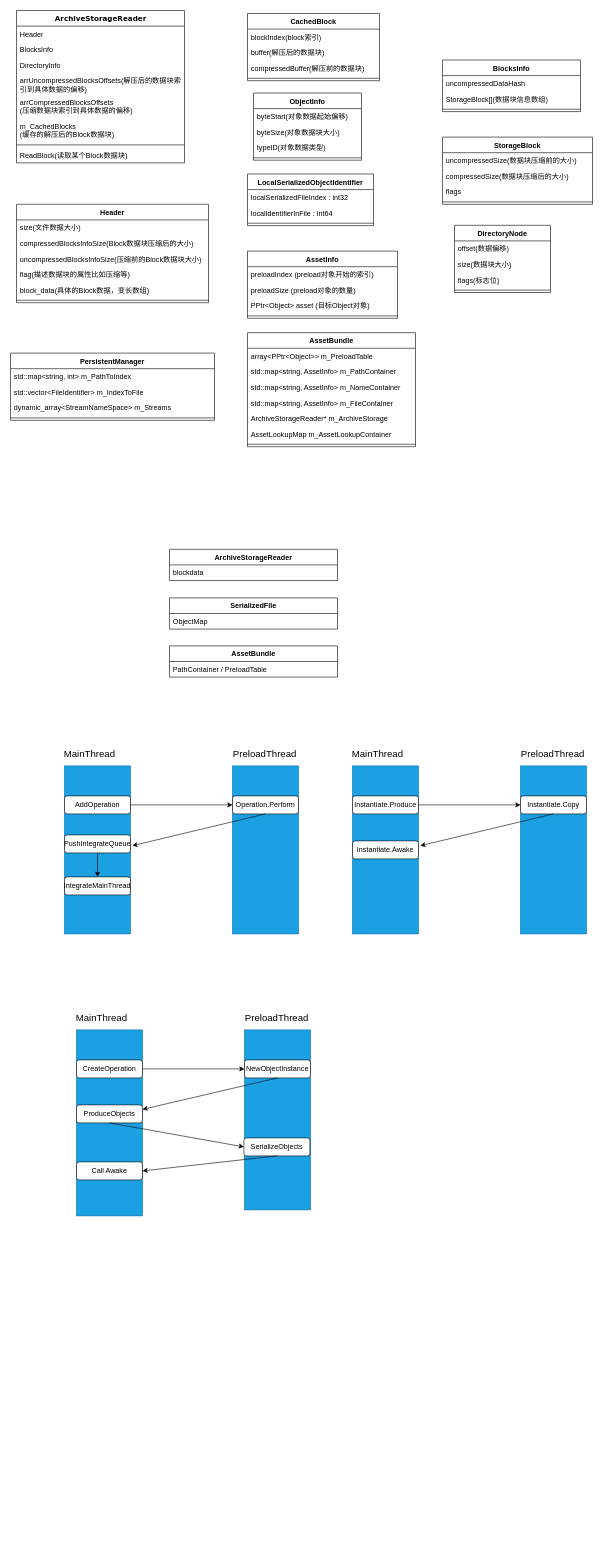
houxuanfelix/FelixCode keeps this draw.io diagram as Untitled Diagram.drawio. Above is the earlier version. Source tidied: cells renumbered, new cells numbered last; positions are measured from the earlier drawing's top-left corner, leaving out a move shared by most shapes. Both pictures are drawn from the tidied source at 60%, with x=0, y=0 at pixel (10, 10).
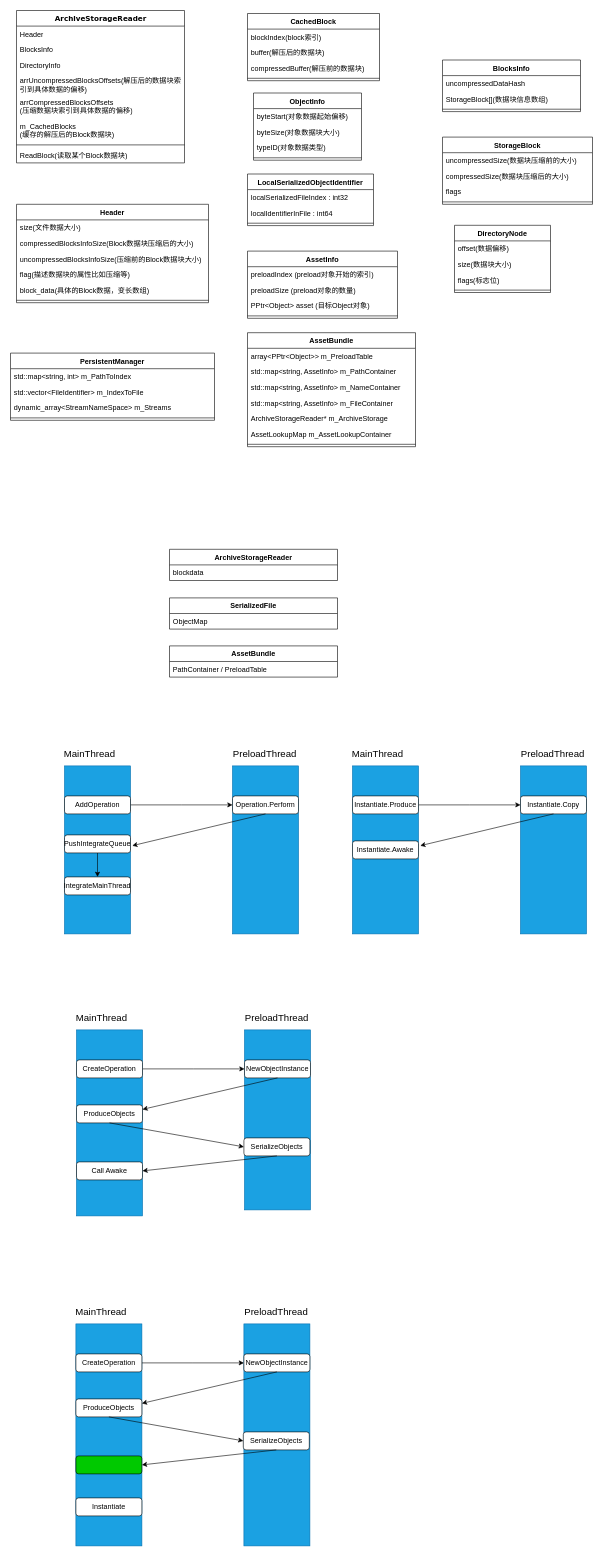
After the change.

What changed in the source:
```diff
@@
+    <mxCell id="103" style="rounded=0;whiteSpace=wrap;html=1;strokeColor=#006EAF;fillColor=#1ba1e2;fontColor=#ffffff;" parent="1" vertex="1">
+      <mxGeometry x="109" y="2189" width="110" height="370" as="geometry" />
+    </mxCell>
+    <mxCell id="104" style="edgeStyle=orthogonalEdgeStyle;rounded=0;jettySize=auto;html=1;" parent="1" edge="1" source="105">
+      <mxGeometry relative="1" as="geometry">
+        <mxPoint x="389" y="2254" as="targetPoint" />
+      </mxGeometry>
+    </mxCell>
+    <mxCell id="105" value="CreateOperation&lt;br&gt;" style="rounded=1;whiteSpace=wrap;html=1;" parent="1" vertex="1">
+      <mxGeometry x="109" y="2239" width="110" height="30" as="geometry" />
+    </mxCell>
+    <mxCell id="106" style="rounded=0;whiteSpace=wrap;html=1;strokeColor=#006EAF;fillColor=#1ba1e2;fontColor=#ffffff;" parent="1" vertex="1">
+      <mxGeometry x="389" y="2189" width="110" height="370" as="geometry" />
+    </mxCell>
+    <mxCell id="107" value="NewObjectInstance" style="rounded=1;whiteSpace=wrap;html=1;" parent="1" vertex="1">
+      <mxGeometry x="389" y="2239" width="110" height="30" as="geometry" />
+    </mxCell>
+    <mxCell id="108" style="endArrow=classic;html=1;exitX=0.5;exitY=1;exitDx=0;exitDy=0;entryX=1;entryY=0.25;entryDx=0;entryDy=0;" parent="1" edge="1" source="107" target="109">
+      <mxGeometry relative="1" as="geometry" />
+    </mxCell>
+    <mxCell id="109" value="ProduceObjects" style="rounded=1;whiteSpace=wrap;html=1;" parent="1" vertex="1">
+      <mxGeometry x="109" y="2314" width="110" height="30" as="geometry" />
+    </mxCell>
+    <mxCell id="110" value="MainThread&lt;br style=&quot;font-size: 16px;&quot;&gt;" style="text;html=1;strokeColor=none;fillColor=none;align=center;verticalAlign=middle;whiteSpace=wrap;rounded=0;fontSize=16;" parent="1" vertex="1">
+      <mxGeometry x="131" y="2159" width="40" height="20" as="geometry" />
+    </mxCell>
+    <mxCell id="111" value="PreloadThread" style="text;html=1;strokeColor=none;fillColor=none;align=center;verticalAlign=middle;whiteSpace=wrap;rounded=0;fontSize=16;" parent="1" vertex="1">
+      <mxGeometry x="423" y="2159" width="40" height="20" as="geometry" />
+    </mxCell>
+    <mxCell id="112" value="SerializeObjects" style="rounded=1;whiteSpace=wrap;html=1;" parent="1" vertex="1">
+      <mxGeometry x="388" y="2369" width="110" height="30" as="geometry" />
+    </mxCell>
+    <mxCell id="113" style="rounded=1;whiteSpace=wrap;html=1;fillColor=#00C900;" parent="1" vertex="1">
+      <mxGeometry x="109" y="2409" width="110" height="30" as="geometry" />
+    </mxCell>
+    <mxCell id="114" style="endArrow=classic;html=1;exitX=0.5;exitY=1;exitDx=0;exitDy=0;entryX=0;entryY=0.5;entryDx=0;entryDy=0;" parent="1" edge="1" source="109" target="112">
+      <mxGeometry relative="1" as="geometry" />
+    </mxCell>
+    <mxCell id="115" style="endArrow=classic;html=1;exitX=0.5;exitY=1;exitDx=0;exitDy=0;entryX=1;entryY=0.5;entryDx=0;entryDy=0;" parent="1" edge="1" source="112" target="113">
+      <mxGeometry relative="1" as="geometry" />
+    </mxCell>
+    <mxCell id="116" value="Instantiate" style="rounded=1;whiteSpace=wrap;html=1;fillColor=#FFFFFF;" parent="1" vertex="1">
+      <mxGeometry x="109" y="2479" width="110" height="30" as="geometry" />
+    </mxCell>
```
